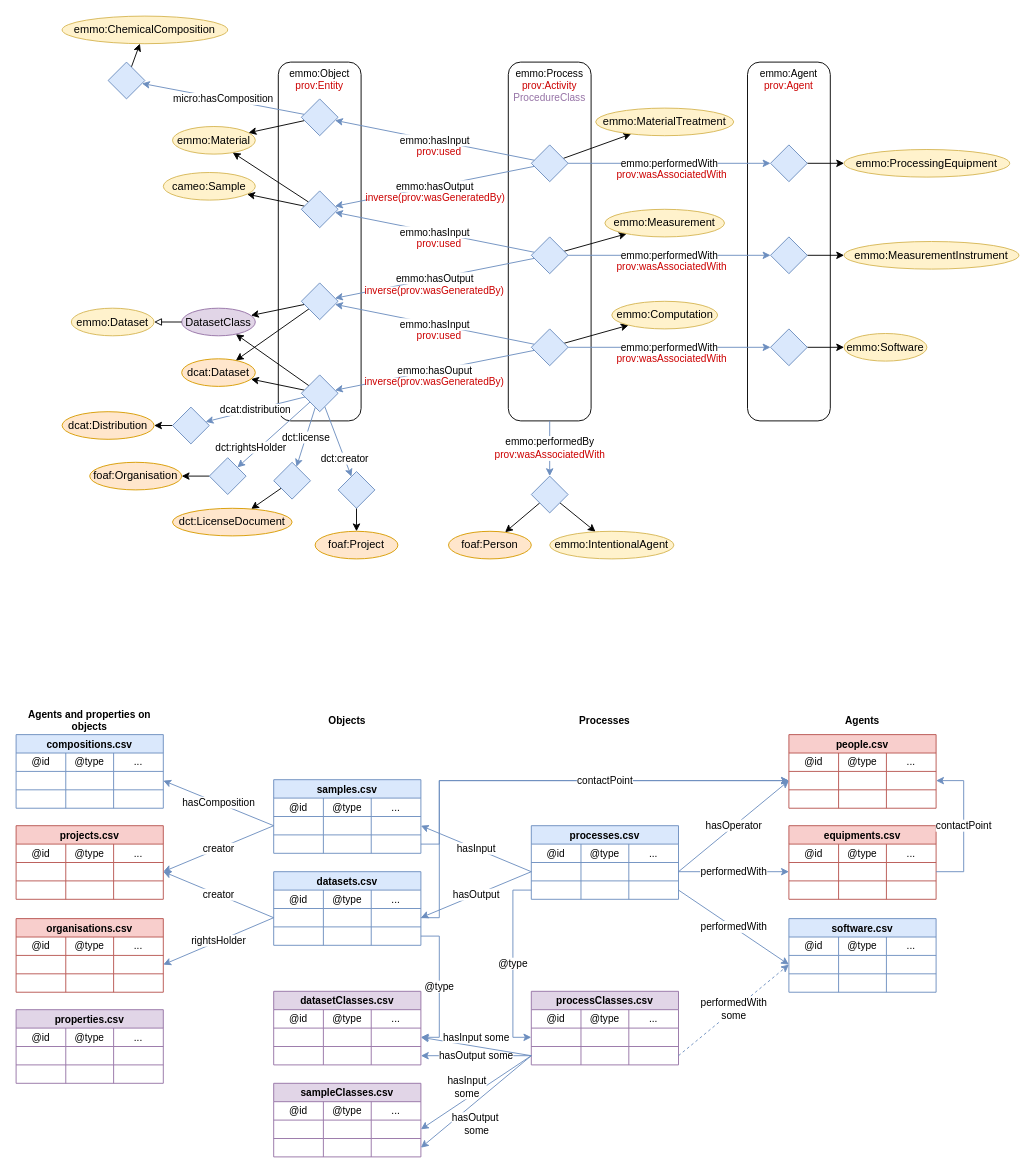
SINTEF/physmet-data-documentation-templates keeps this draw.io diagram as page "Documentation-tables" (1 of 2) of tables/figs/linked-data.drawio. Above is the earlier version. Source tidied: cells renumbered, new cells numbered last; positions are measured from the earlier drawing's top-left corner, leaving out a move shared by most shapes. Both pictures are drawn from the tidied source at 92%, with x=0, y=0 at pixel (16, 16).
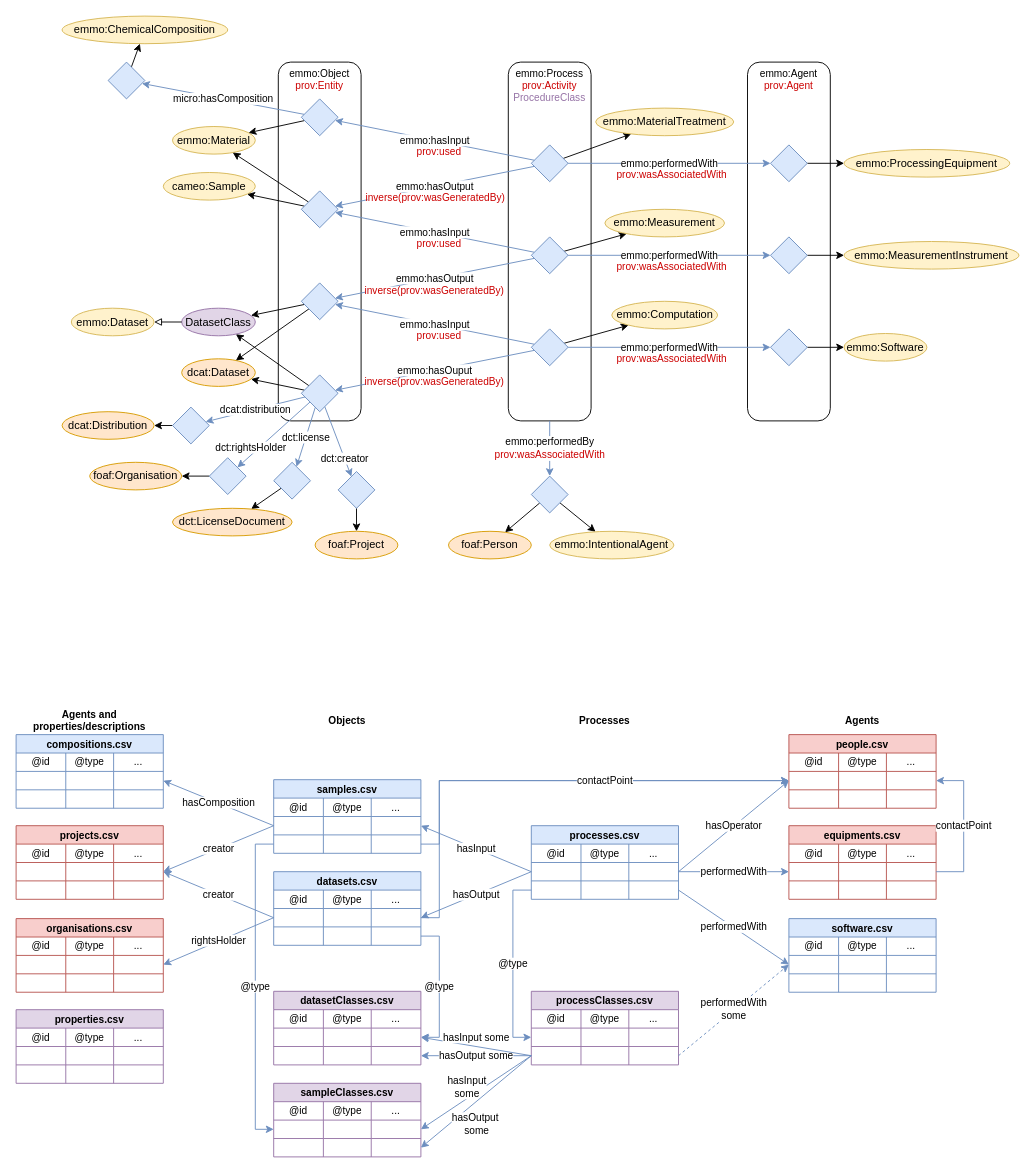
After the change.

Unchanged cells that the change refers to:
```xml
<mxCell id="107" style="shape=tableRow;horizontal=0;startSize=0;swimlaneHead=0;swimlaneBody=0;top=0;left=0;bottom=0;right=0;fillColor=none;points=[[0,0.5],[1,0.5]];portConstraint=eastwest;fontFamily=Helvetica;fontSize=11;fontColor=#D79B00;" parent="98" vertex="1">
  <mxGeometry y="60" width="160" height="20" as="geometry" />
</mxCell>
<mxCell id="266" style="shape=tableRow;horizontal=0;startSize=0;swimlaneHead=0;swimlaneBody=0;top=0;left=0;bottom=0;right=0;fillColor=none;points=[[0,0.5],[1,0.5]];portConstraint=eastwest;fontFamily=Helvetica;fontSize=11;fontColor=#D79B00;" parent="261" vertex="1">
  <mxGeometry y="40" width="160" height="20" as="geometry" />
</mxCell>
```

Diff of the diagram source:
```diff
@@
-    <mxCell id="245" value="&lt;b&gt;Agents and properties on objects&lt;/b&gt;" style="text;html=1;strokeColor=none;fillColor=none;align=center;verticalAlign=middle;whiteSpace=wrap;rounded=0;fontFamily=Helvetica;fontSize=11;fontColor=#000000;" parent="1" vertex="1">
+    <mxCell id="245" value="&lt;b&gt;Agents and properties/descriptions&lt;/b&gt;" style="text;html=1;strokeColor=none;fillColor=none;align=center;verticalAlign=middle;whiteSpace=wrap;rounded=0;fontFamily=Helvetica;fontSize=11;fontColor=#000000;" parent="1" vertex="1">
       <mxGeometry y="751" width="160" height="30" as="geometry" />
     </mxCell>
@@
+    <mxCell id="276" value="&lt;font color=&quot;#000000&quot;&gt;@type&lt;/font&gt;" style="edgeStyle=orthogonalEdgeStyle;shape=connector;rounded=0;jettySize=auto;html=1;labelBackgroundColor=default;strokeColor=#6c8ebf;fontFamily=Helvetica;fontSize=11;fontColor=#9673A6;endArrow=classic;endFill=1;entryX=0;entryY=0.5;entryDx=0;entryDy=0;exitX=0;exitY=0.5;exitDx=0;exitDy=0;fillColor=#dae8fc;" parent="1" edge="1" source="107" target="266">
+      <mxGeometry relative="1" as="geometry" />
+    </mxCell>
```
